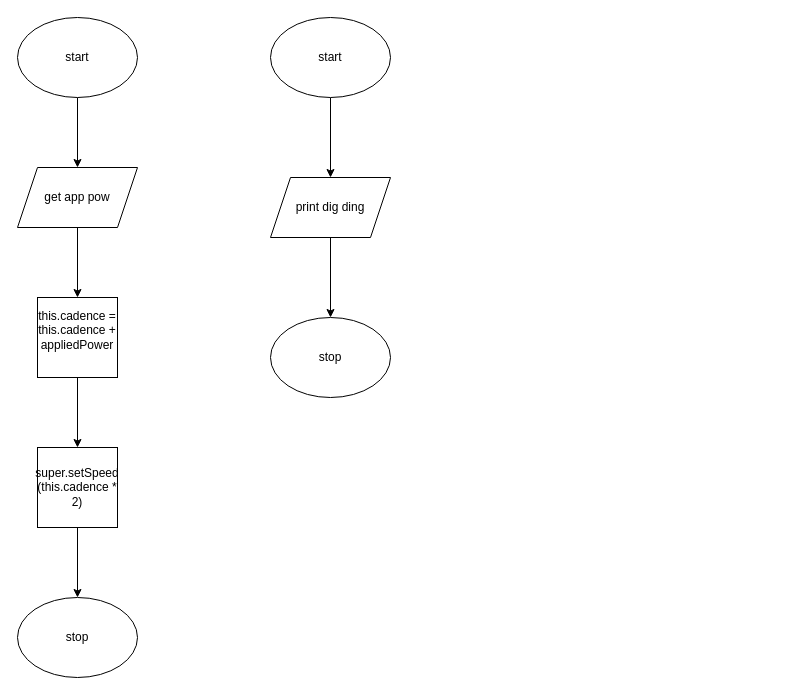
Above: flow.drawio in lily-liu-17/ics4u-unit2-07-typescript (draw.io), before the change. Source tidied: cells renumbered, new cells numbered last; positions are measured from the earlier drawing's top-left corner, leaving out a move shared by most shapes. Both pictures are drawn from the tidied source at 100%, with x=0, y=0 at pixel (17, 17).
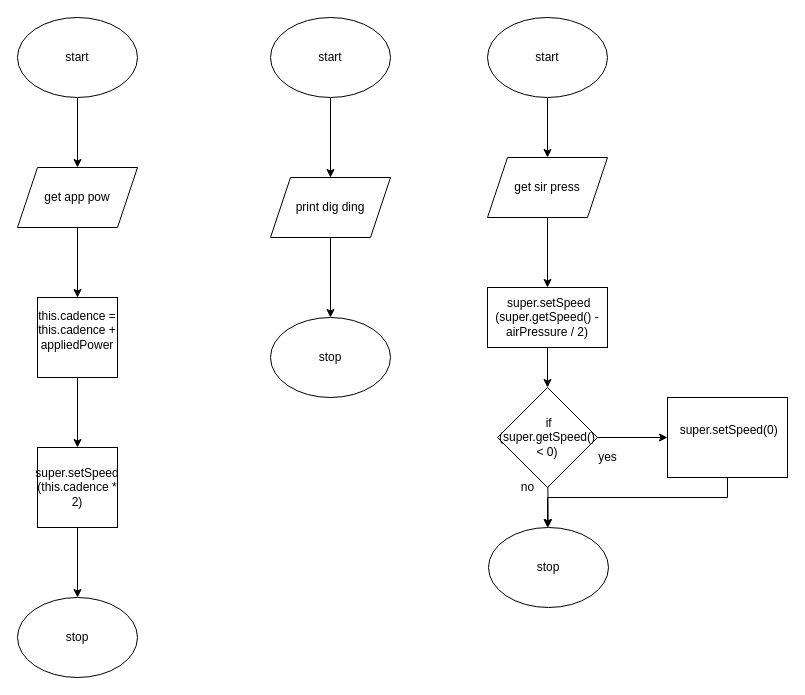
The same diagram, later.

Change to the diagram source:
```diff
@@
+    <mxCell id="16" value="stop" style="ellipse;whiteSpace=wrap;html=1;" parent="1" vertex="1">
+      <mxGeometry x="471" y="510" width="120" height="80" as="geometry" />
+    </mxCell>
+    <mxCell id="17" style="edgeStyle=none;html=1;" parent="1" edge="1" source="18" target="20">
+      <mxGeometry relative="1" as="geometry" />
+    </mxCell>
+    <mxCell id="18" value="start" style="ellipse;whiteSpace=wrap;html=1;" parent="1" vertex="1">
+      <mxGeometry x="470" width="120" height="80" as="geometry" />
+    </mxCell>
+    <mxCell id="19" style="edgeStyle=none;html=1;" parent="1" edge="1" source="20" target="24">
+      <mxGeometry relative="1" as="geometry" />
+    </mxCell>
+    <mxCell id="20" value="get sir press" style="shape=parallelogram;perimeter=parallelogramPerimeter;whiteSpace=wrap;html=1;fixedSize=1;" parent="1" vertex="1">
+      <mxGeometry x="470" y="140" width="120" height="60" as="geometry" />
+    </mxCell>
+    <mxCell id="21" style="edgeStyle=none;html=1;rounded=0;" parent="1" edge="1" source="22">
+      <mxGeometry relative="1" as="geometry">
+        <mxPoint x="530" y="510" as="targetPoint" />
+        <Array as="points">
+          <mxPoint x="710" y="480" />
+          <mxPoint x="530" y="480" />
+        </Array>
+      </mxGeometry>
+    </mxCell>
+    <mxCell id="22" value="&lt;div&gt;&amp;nbsp;super.setSpeed(0)&lt;/div&gt;&lt;div&gt;&lt;br&gt;&lt;/div&gt;" style="rounded=0;whiteSpace=wrap;html=1;" parent="1" vertex="1">
+      <mxGeometry x="650" y="380" width="120" height="80" as="geometry" />
+    </mxCell>
+    <mxCell id="23" style="edgeStyle=none;html=1;" parent="1" edge="1" source="24" target="27">
+      <mxGeometry relative="1" as="geometry" />
+    </mxCell>
+    <mxCell id="24" value="&amp;nbsp;super.setSpeed&lt;br&gt;(super.getSpeed() - airPressure / 2)" style="rounded=0;whiteSpace=wrap;html=1;" parent="1" vertex="1">
+      <mxGeometry x="470" y="270" width="120" height="60" as="geometry" />
+    </mxCell>
+    <mxCell id="25" style="edgeStyle=none;html=1;" parent="1" edge="1" source="27" target="16">
+      <mxGeometry relative="1" as="geometry" />
+    </mxCell>
+    <mxCell id="26" style="edgeStyle=none;html=1;" parent="1" edge="1" source="27" target="22">
+      <mxGeometry relative="1" as="geometry" />
+    </mxCell>
+    <mxCell id="27" value="&amp;nbsp;if (super.getSpeed() &amp;lt; 0)" style="rhombus;whiteSpace=wrap;html=1;" parent="1" vertex="1">
+      <mxGeometry x="480" y="370" width="100" height="100" as="geometry" />
+    </mxCell>
+    <mxCell id="28" value="yes" style="text;html=1;align=center;verticalAlign=middle;strokeColor=none;fillColor=none;" parent="1" vertex="1">
+      <mxGeometry x="575" y="430" width="30" height="20" as="geometry" />
+    </mxCell>
+    <mxCell id="29" value="no" style="text;html=1;align=center;verticalAlign=middle;strokeColor=none;fillColor=none;" parent="1" vertex="1">
+      <mxGeometry x="495" y="460" width="30" height="20" as="geometry" />
+    </mxCell>
```
